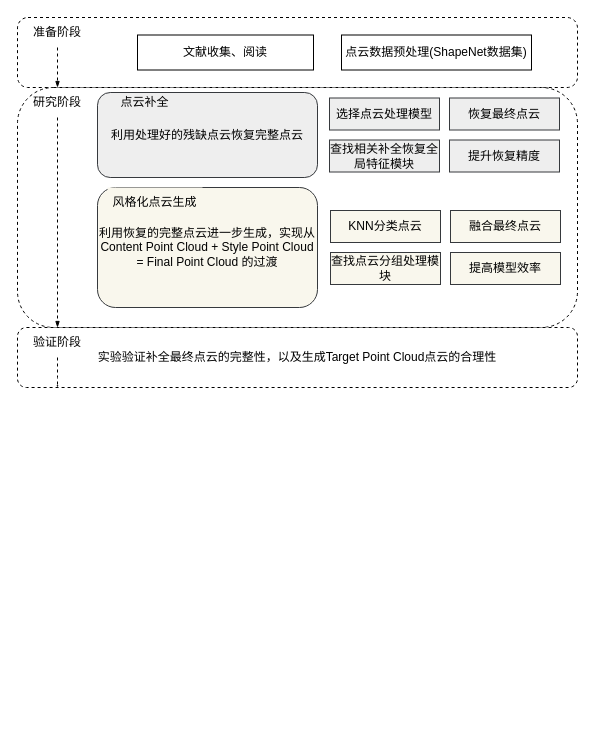
Earlier version of the draw.io diagram bishe.drawio (susu-attempt/pointrans). Source tidied: cells renumbered, new cells numbered last; positions are measured from the earlier drawing's top-left corner, leaving out a move shared by most shapes. Both pictures are drawn from the tidied source at 100%, with x=0, y=0 at pixel (17, 17).
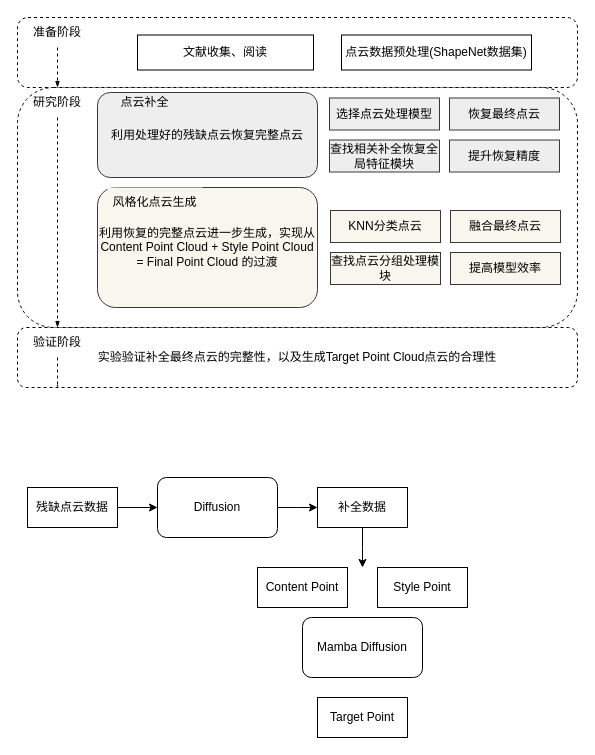
The same page after the edit.

What changed in the source:
```diff
@@
+    <mxCell id="25" style="edgeStyle=orthogonalEdgeStyle;rounded=0;jettySize=auto;html=1;entryX=0;entryY=0.5;entryDx=0;entryDy=0;" parent="1" edge="1" source="26" target="28">
+      <mxGeometry relative="1" as="geometry" />
+    </mxCell>
+    <mxCell id="26" value="残缺点云数据" style="rounded=0;whiteSpace=wrap;html=1;" parent="1" vertex="1">
+      <mxGeometry x="10" y="470" width="90" height="40" as="geometry" />
+    </mxCell>
+    <mxCell id="27" style="edgeStyle=orthogonalEdgeStyle;rounded=0;jettySize=auto;html=1;" parent="1" edge="1" source="28">
+      <mxGeometry relative="1" as="geometry">
+        <mxPoint x="300" y="490" as="targetPoint" />
+      </mxGeometry>
+    </mxCell>
+    <mxCell id="28" value="Diffusion" style="rounded=1;whiteSpace=wrap;html=1;" parent="1" vertex="1">
+      <mxGeometry x="140" y="460" width="120" height="60" as="geometry" />
+    </mxCell>
+    <mxCell id="29" style="edgeStyle=orthogonalEdgeStyle;rounded=0;jettySize=auto;html=1;" parent="1" edge="1" source="30">
+      <mxGeometry relative="1" as="geometry">
+        <mxPoint x="345" y="550" as="targetPoint" />
+      </mxGeometry>
+    </mxCell>
+    <mxCell id="30" value="补全数据" style="rounded=0;whiteSpace=wrap;html=1;" parent="1" vertex="1">
+      <mxGeometry x="300" y="470" width="90" height="40" as="geometry" />
+    </mxCell>
+    <mxCell id="31" value="Content Point" style="rounded=0;whiteSpace=wrap;html=1;" parent="1" vertex="1">
+      <mxGeometry x="240" y="550" width="90" height="40" as="geometry" />
+    </mxCell>
+    <mxCell id="32" value="Style Point" style="rounded=0;whiteSpace=wrap;html=1;" parent="1" vertex="1">
+      <mxGeometry x="360" y="550" width="90" height="40" as="geometry" />
+    </mxCell>
+    <mxCell id="33" value="Target Point" style="rounded=0;whiteSpace=wrap;html=1;" parent="1" vertex="1">
+      <mxGeometry x="300" y="680" width="90" height="40" as="geometry" />
+    </mxCell>
+    <mxCell id="34" value="Mamba Diffusion" style="rounded=1;whiteSpace=wrap;html=1;" parent="1" vertex="1">
+      <mxGeometry x="285" y="600" width="120" height="60" as="geometry" />
+    </mxCell>
```
